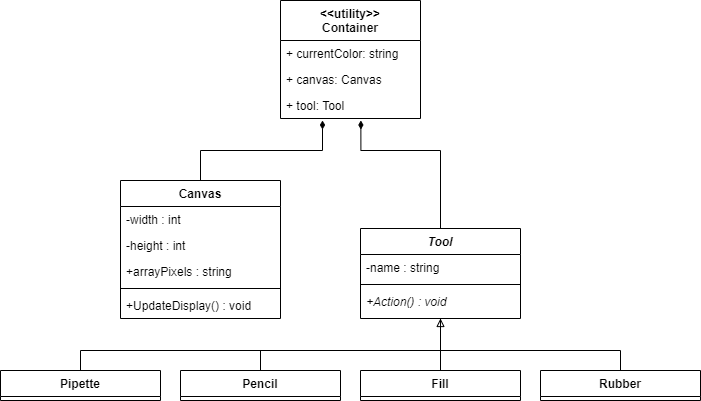
Above: Docs/Диаграммы/диаграмма-классов.png in Tetro7/PixLab (draw.io), before the change. Source tidied: cells renumbered, new cells last; positions are measured from the earlier drawing's top-left corner, leaving out a move shared by most shapes.
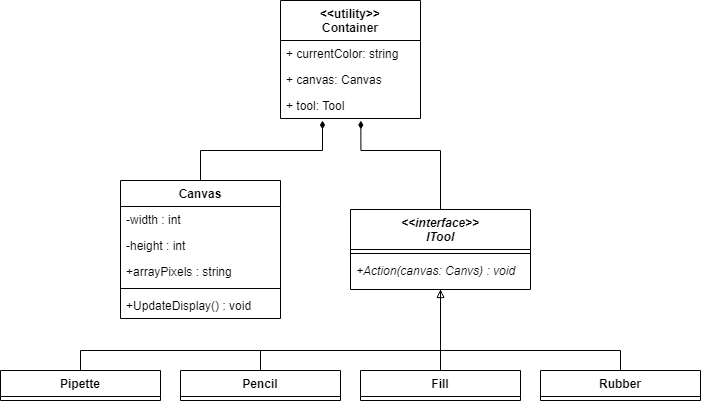
Above is the later version.

Change to the diagram source:
```diff
@@ -36,17 +36,14 @@
         </Array>
       </mxGeometry>
     </mxCell>
-    <mxCell id="10" value="Tool" style="swimlane;fontStyle=3;align=center;verticalAlign=top;horizontal=1;startSize=26;rounded=0;shadow=0;strokeWidth=1;" parent="1" vertex="1">
-      <mxGeometry x="360" y="228" width="160" height="90" as="geometry" />
+    <mxCell id="10" value="&lt;&lt;interface&gt;&gt;&#10;ITool" style="swimlane;fontStyle=3;align=center;verticalAlign=top;horizontal=1;startSize=40;rounded=0;shadow=0;strokeWidth=1;" parent="1" vertex="1">
+      <mxGeometry x="350" y="209" width="180" height="80" as="geometry" />
     </mxCell>
-    <mxCell id="11" value="-name : string" style="text;align=left;verticalAlign=top;spacingLeft=4;spacingRight=4;overflow=hidden;" parent="10" vertex="1">
-      <mxGeometry y="26" width="160" height="26" as="geometry" />
-    </mxCell>
     <mxCell id="12" style="line;html=1;strokeWidth=1;align=left;verticalAlign=middle;spacingTop=-1;spacingLeft=3;spacingRight=3;labelPosition=right;" parent="10" vertex="1">
-      <mxGeometry y="52" width="160" height="8" as="geometry" />
+      <mxGeometry y="40" width="180" height="8" as="geometry" />
     </mxCell>
-    <mxCell id="13" value="+Action() : void" style="text;align=left;verticalAlign=top;spacingLeft=4;spacingRight=4;overflow=hidden;fontStyle=2;" parent="10" vertex="1">
-      <mxGeometry y="60" width="160" height="26" as="geometry" />
+    <mxCell id="13" value="+Action(canvas: Canvs) : void" style="text;align=left;verticalAlign=top;spacingLeft=4;spacingRight=4;overflow=hidden;fontStyle=2;" parent="10" vertex="1">
+      <mxGeometry y="48" width="180" height="26" as="geometry" />
     </mxCell>
     <mxCell id="14" style="edgeStyle=orthogonalEdgeStyle;rounded=0;jettySize=auto;html=1;entryX=0.5;entryY=1;entryDx=0;entryDy=0;endArrow=none;endFill=0;" parent="1" edge="1" source="15" target="10">
       <mxGeometry relative="1" as="geometry">
```
